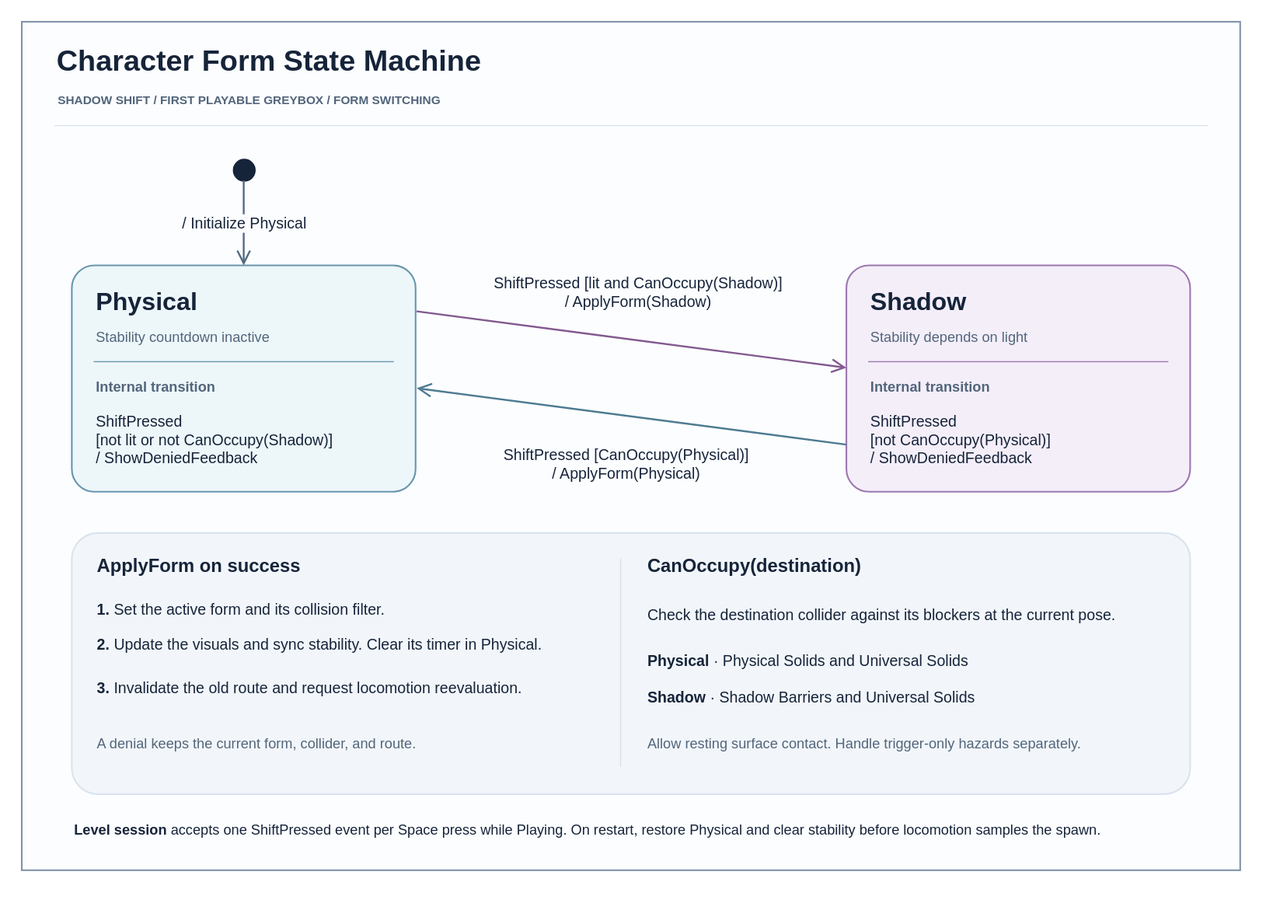
The draw.io diagram Docs/Architecture/UML/character-form-state-machine.drawio.svg in YYchainsAw/shadow-shift, before a commit. Source tidied: cells renumbered, new cells last; positions are measured from the earlier drawing's top-left corner, leaving out a move shared by most shapes.
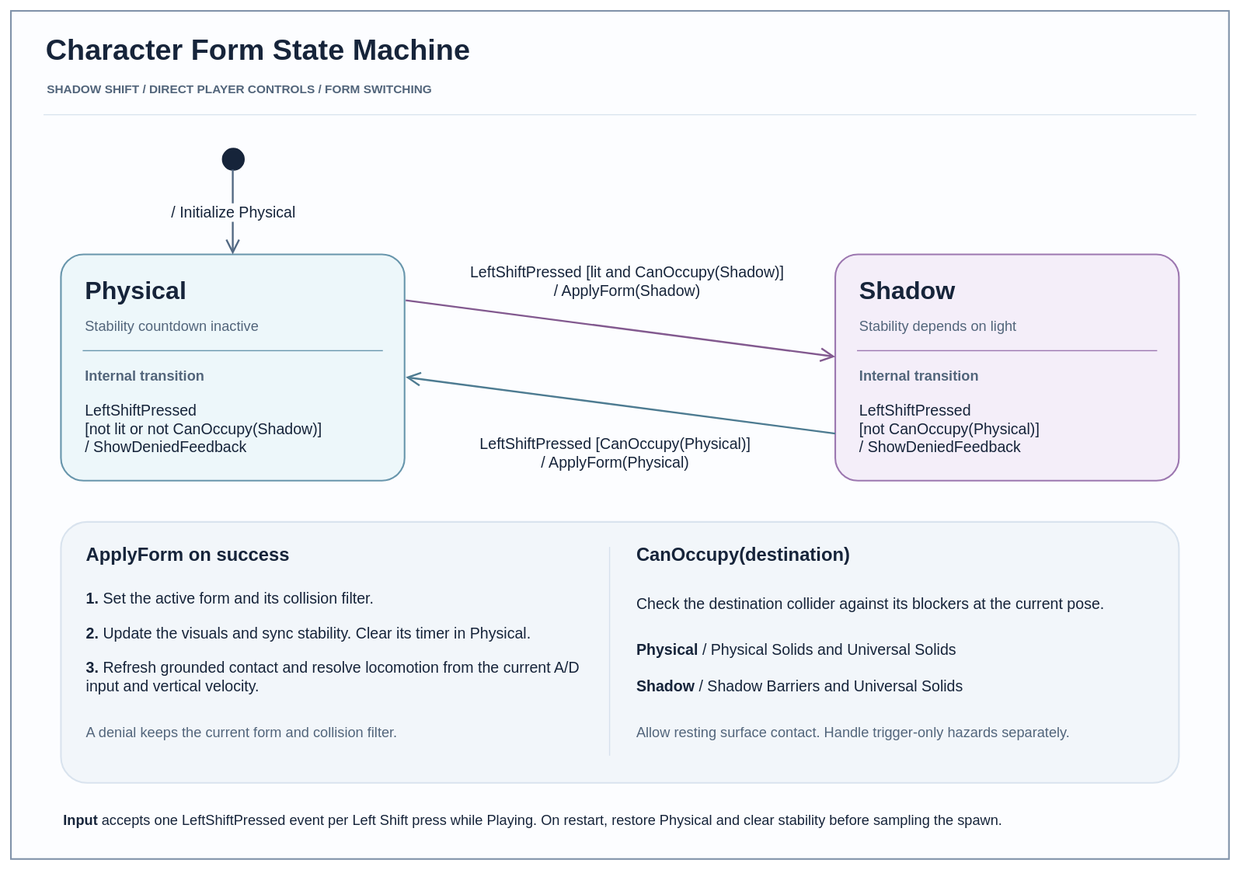
After the commit.

Commit message:
docs: align design and UML with direct player controls

Change to the diagram source:
```diff
@@ -8,7 +8,7 @@
     <mxCell id="3" value="Character Form State Machine" style="html=1;fontFamily=Arial;text;whiteSpace=wrap;align=left;verticalAlign=middle;fontColor=#16243a;fontStyle=1;fontSize=27;" parent="2" vertex="1">
       <mxGeometry x="30" y="15" width="1060" height="42" as="geometry" />
     </mxCell>
-    <mxCell id="4" value="SHADOW SHIFT  /  FIRST PLAYABLE GREYBOX  /  FORM SWITCHING" style="html=1;fontFamily=Arial;text;whiteSpace=wrap;align=left;verticalAlign=middle;fontColor=#16243a;fontStyle=1;fontSize=11;fontColor=#52657b;" parent="2" vertex="1">
+    <mxCell id="4" value="SHADOW SHIFT  /  DIRECT PLAYER CONTROLS  /  FORM SWITCHING" style="html=1;fontFamily=Arial;text;whiteSpace=wrap;align=left;verticalAlign=middle;fontColor=#16243a;fontStyle=1;fontSize=11;fontColor=#52657b;" parent="2" vertex="1">
       <mxGeometry x="31" y="60" width="1058" height="23" as="geometry" />
     </mxCell>
     <mxCell id="5" style="html=1;fontFamily=Arial;rounded=0;arcSize=10;fillColor=#dae4ee;strokeColor=none;strokeWidth=1.5;" parent="2" vertex="1">
@@ -32,7 +32,7 @@
     <mxCell id="11" value="Internal transition" style="html=1;fontFamily=Arial;text;whiteSpace=wrap;align=left;verticalAlign=middle;fontColor=#16243a;fontSize=13;fontStyle=1;fontColor=#52657b;" parent="7" vertex="1">
       <mxGeometry x="20" y="99" width="275" height="24" as="geometry" />
     </mxCell>
-    <mxCell id="12" value="ShiftPressed&lt;br&gt;[not lit or not CanOccupy(Shadow)]&lt;br&gt;/ ShowDeniedFeedback" style="html=1;fontFamily=Arial;text;whiteSpace=wrap;align=left;verticalAlign=middle;fontColor=#16243a;fontSize=14;" parent="7" vertex="1">
+    <mxCell id="12" value="LeftShiftPressed&lt;br&gt;[not lit or not CanOccupy(Shadow)]&lt;br&gt;/ ShowDeniedFeedback" style="html=1;fontFamily=Arial;text;whiteSpace=wrap;align=left;verticalAlign=middle;fontColor=#16243a;fontSize=14;" parent="7" vertex="1">
       <mxGeometry x="20" y="128" width="275" height="63" as="geometry" />
     </mxCell>
     <mxCell id="13" style="html=1;fontFamily=Arial;shape=ellipse;opacity=0;strokeColor=none;fillColor=none;" parent="7" vertex="1">
@@ -56,7 +56,7 @@
     <mxCell id="19" value="Internal transition" style="html=1;fontFamily=Arial;text;whiteSpace=wrap;align=left;verticalAlign=middle;fontColor=#16243a;fontSize=13;fontStyle=1;fontColor=#52657b;" parent="15" vertex="1">
       <mxGeometry x="20" y="99" width="275" height="24" as="geometry" />
     </mxCell>
-    <mxCell id="20" value="ShiftPressed&lt;br&gt;[not CanOccupy(Physical)]&lt;br&gt;/ ShowDeniedFeedback" style="html=1;fontFamily=Arial;text;whiteSpace=wrap;align=left;verticalAlign=middle;fontColor=#16243a;fontSize=14;" parent="15" vertex="1">
+    <mxCell id="20" value="LeftShiftPressed&lt;br&gt;[not CanOccupy(Physical)]&lt;br&gt;/ ShowDeniedFeedback" style="html=1;fontFamily=Arial;text;whiteSpace=wrap;align=left;verticalAlign=middle;fontColor=#16243a;fontSize=14;" parent="15" vertex="1">
       <mxGeometry x="20" y="128" width="275" height="63" as="geometry" />
     </mxCell>
     <mxCell id="21" style="html=1;fontFamily=Arial;shape=ellipse;opacity=0;strokeColor=none;fillColor=none;" parent="15" vertex="1">
@@ -68,10 +68,10 @@
     <mxCell id="23" value="/ Initialize Physical" style="html=1;fontFamily=Arial;noEdgeStyle=1;rounded=0;endArrow=open;endFill=0;endSize=10;strokeColor=#526983;strokeWidth=1.7;fontColor=#16243a;fontSize=14;labelBackgroundColor=#fcfdff;align=center;" parent="2" edge="1" source="6" target="7">
       <mxGeometry relative="1" as="geometry" />
     </mxCell>
-    <mxCell id="24" value="ShiftPressed [lit and CanOccupy(Shadow)]&lt;br&gt;/ ApplyForm(Shadow)" style="html=1;fontFamily=Arial;noEdgeStyle=1;rounded=0;endArrow=open;endFill=0;endSize=10;strokeColor=#82598f;strokeWidth=1.7;fontColor=#16243a;fontSize=14;labelBackgroundColor=#fcfdff;align=center;" parent="2" edge="1" source="13" target="21">
+    <mxCell id="24" value="LeftShiftPressed [lit and CanOccupy(Shadow)]&lt;br&gt;/ ApplyForm(Shadow)" style="html=1;fontFamily=Arial;noEdgeStyle=1;rounded=0;endArrow=open;endFill=0;endSize=10;strokeColor=#82598f;strokeWidth=1.7;fontColor=#16243a;fontSize=14;labelBackgroundColor=#fcfdff;align=center;" parent="2" edge="1" source="13" target="21">
       <mxGeometry y="44" relative="1" as="geometry" />
     </mxCell>
-    <mxCell id="25" value="ShiftPressed [CanOccupy(Physical)]&lt;br&gt;/ ApplyForm(Physical)" style="html=1;fontFamily=Arial;noEdgeStyle=1;rounded=0;endArrow=open;endFill=0;endSize=10;strokeColor=#4d7b91;strokeWidth=1.7;fontColor=#16243a;fontSize=14;labelBackgroundColor=#fcfdff;align=center;" parent="2" edge="1" source="22" target="14">
+    <mxCell id="25" value="LeftShiftPressed [CanOccupy(Physical)]&lt;br&gt;/ ApplyForm(Physical)" style="html=1;fontFamily=Arial;noEdgeStyle=1;rounded=0;endArrow=open;endFill=0;endSize=10;strokeColor=#4d7b91;strokeWidth=1.7;fontColor=#16243a;fontSize=14;labelBackgroundColor=#fcfdff;align=center;" parent="2" edge="1" source="22" target="14">
       <mxGeometry y="44" relative="1" as="geometry" />
     </mxCell>
     <mxCell id="26" style="html=1;fontFamily=Arial;rounded=1;arcSize=10;fillColor=#f2f6fa;strokeColor=#d9e3ee;strokeWidth=1.5;" parent="2" vertex="1">
@@ -86,10 +86,10 @@
     <mxCell id="29" value="&lt;b&gt;2.&lt;/b&gt; Update the visuals and sync stability. Clear its timer in Physical." style="html=1;fontFamily=Arial;text;whiteSpace=wrap;align=left;verticalAlign=middle;fontColor=#16243a;fontSize=14;" parent="2" vertex="1">
       <mxGeometry x="67" y="559" width="460" height="26" as="geometry" />
     </mxCell>
-    <mxCell id="30" value="&lt;b&gt;3.&lt;/b&gt; Invalidate the old route and request locomotion reevaluation." style="html=1;fontFamily=Arial;text;whiteSpace=wrap;align=left;verticalAlign=middle;fontColor=#16243a;fontSize=14;" parent="2" vertex="1">
+    <mxCell id="30" value="&lt;b&gt;3.&lt;/b&gt; Refresh grounded contact and resolve locomotion from the current A/D input and vertical velocity." style="html=1;fontFamily=Arial;text;whiteSpace=wrap;align=left;verticalAlign=middle;fontColor=#16243a;fontSize=14;" parent="2" vertex="1">
       <mxGeometry x="67" y="591" width="460" height="42" as="geometry" />
     </mxCell>
-    <mxCell id="31" value="A denial keeps the current form, collider, and route." style="html=1;fontFamily=Arial;text;whiteSpace=wrap;align=left;verticalAlign=middle;fontColor=#16243a;fontSize=13;fontColor=#52657b;" parent="2" vertex="1">
+    <mxCell id="31" value="A denial keeps the current form and collision filter." style="html=1;fontFamily=Arial;text;whiteSpace=wrap;align=left;verticalAlign=middle;fontColor=#16243a;fontSize=13;fontColor=#52657b;" parent="2" vertex="1">
       <mxGeometry x="67" y="647" width="460" height="32" as="geometry" />
     </mxCell>
     <mxCell id="32" style="html=1;fontFamily=Arial;rounded=0;arcSize=10;fillColor=#d7e1ed;strokeColor=none;strokeWidth=1.5;" parent="2" vertex="1">
@@ -101,17 +101,17 @@
     <mxCell id="34" value="Check the destination collider against its blockers at the current pose." style="html=1;fontFamily=Arial;text;whiteSpace=wrap;align=left;verticalAlign=middle;fontColor=#16243a;fontSize=14;" parent="2" vertex="1">
       <mxGeometry x="573" y="524" width="470" height="41" as="geometry" />
     </mxCell>
-    <mxCell id="35" value="&lt;b&gt;Physical&lt;/b&gt; · Physical Solids and Universal Solids" style="html=1;fontFamily=Arial;text;whiteSpace=wrap;align=left;verticalAlign=middle;fontColor=#16243a;fontSize=14;" parent="2" vertex="1">
+    <mxCell id="35" value="&lt;b&gt;Physical&lt;/b&gt; / Physical Solids and Universal Solids" style="html=1;fontFamily=Arial;text;whiteSpace=wrap;align=left;verticalAlign=middle;fontColor=#16243a;fontSize=14;" parent="2" vertex="1">
       <mxGeometry x="573" y="573" width="470" height="28" as="geometry" />
     </mxCell>
-    <mxCell id="36" value="&lt;b&gt;Shadow&lt;/b&gt; · Shadow Barriers and Universal Solids" style="html=1;fontFamily=Arial;text;whiteSpace=wrap;align=left;verticalAlign=middle;fontColor=#16243a;fontSize=14;" parent="2" vertex="1">
+    <mxCell id="36" value="&lt;b&gt;Shadow&lt;/b&gt; / Shadow Barriers and Universal Solids" style="html=1;fontFamily=Arial;text;whiteSpace=wrap;align=left;verticalAlign=middle;fontColor=#16243a;fontSize=14;" parent="2" vertex="1">
       <mxGeometry x="573" y="607" width="470" height="28" as="geometry" />
     </mxCell>
     <mxCell id="37" value="Allow resting surface contact. Handle trigger-only hazards separately." style="html=1;fontFamily=Arial;text;whiteSpace=wrap;align=left;verticalAlign=middle;fontColor=#16243a;fontSize=13;fontColor=#52657b;" parent="2" vertex="1">
       <mxGeometry x="573" y="647" width="470" height="32" as="geometry" />
     </mxCell>
-    <mxCell id="38" value="&lt;b&gt;Level session&lt;/b&gt; accepts one ShiftPressed event per Space press while Playing. On restart, restore Physical and clear stability before locomotion samples the spawn." style="html=1;fontFamily=Arial;text;whiteSpace=wrap;align=left;verticalAlign=middle;fontColor=#16243a;fontSize=13;" parent="2" vertex="1">
-      <mxGeometry x="46" y="724" width="1028" height="35" as="geometry" />
+    <mxCell id="38" value="&lt;b&gt;Input&lt;/b&gt; accepts one LeftShiftPressed event per Left Shift press while Playing. On restart, restore Physical and clear stability before sampling the spawn." style="html=1;fontFamily=Arial;text;whiteSpace=wrap;align=left;verticalAlign=middle;fontColor=#16243a;fontSize=13;" parent="2" vertex="1">
+      <mxGeometry x="46" y="724" width="1028" height="40" as="geometry" />
     </mxCell>
   </root>
 </mxGraphModel>
```
